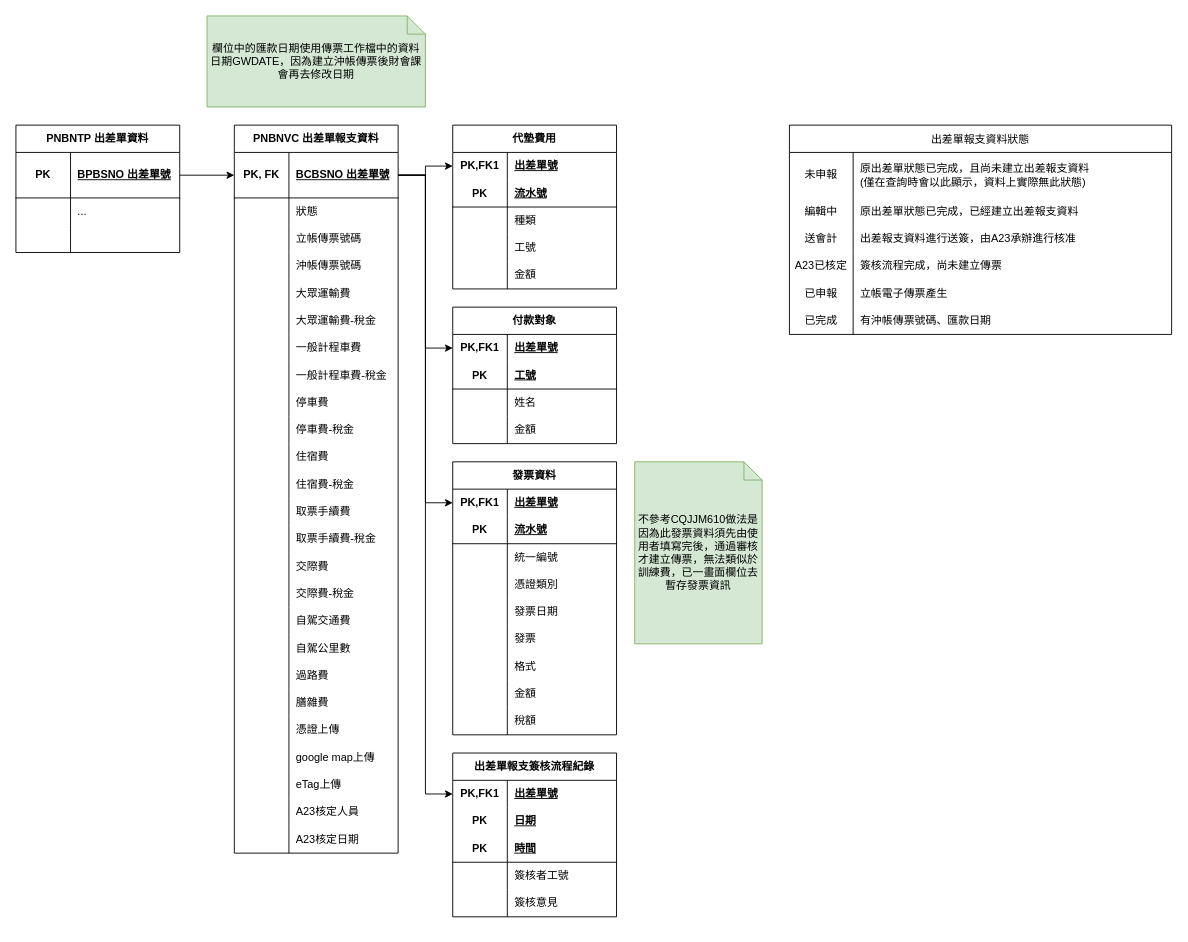
Above: page "table" (1 of 2) of activity/出差單報支.drawio in Pan-A321/FH_Drawing (draw.io), before the change. Source tidied: cells renumbered, new cells numbered last; positions are measured from the earlier drawing's top-left corner, leaving out a move shared by most shapes. Both pictures are drawn from the tidied source at 91%, with x=0, y=0 at pixel (15, 15).
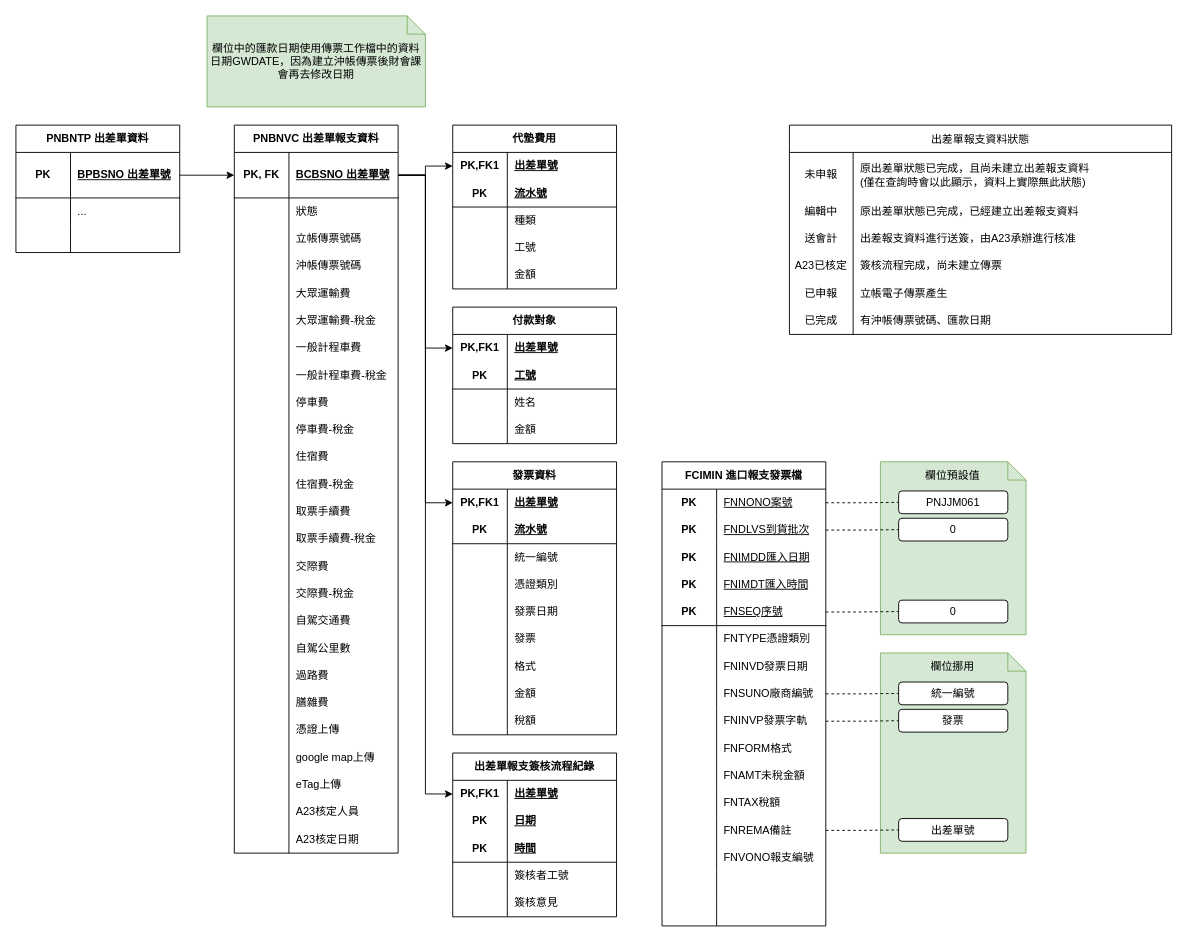
The same page after the edit.

Commit message:
更新出差單報支.drawio

The edit, as a diff of the source:
```diff
@@
+    <mxCell id="187" style="shape=note;size=20;whiteSpace=wrap;html=1;fillColor=#d5e8d4;strokeColor=#82b366;" parent="1" vertex="1">
+      <mxGeometry x="950" y="700" width="160" height="220" as="geometry" />
+    </mxCell>
+    <mxCell id="188" style="shape=note;size=20;whiteSpace=wrap;html=1;fillColor=#d5e8d4;strokeColor=#82b366;" parent="1" vertex="1">
+      <mxGeometry x="950" y="490" width="160" height="190" as="geometry" />
+    </mxCell>
@@
-    <mxCell id="133" value="不參考CQJJM610做法是因為此發票資料須先由使用者填寫完後，通過審核才建立傳票，無法類似於訓練費，已一畫面欄位去暫存發票資訊" style="shape=note;size=20;whiteSpace=wrap;html=1;fillColor=#d5e8d4;strokeColor=#82b366;" parent="1" vertex="1">
-      <mxGeometry x="680" y="490" width="140" height="200" as="geometry" />
-    </mxCell>
@@
+    <mxCell id="189" value="&lt;span style=&quot;text-wrap-mode: nowrap;&quot;&gt;FCIMIN 進口報支發票檔&lt;/span&gt;" style="shape=table;startSize=30;childLayout=tableLayout;rowLines=0;fontStyle=1;align=center;html=1;whiteSpace=wrap;" parent="1" vertex="1">
+      <mxGeometry x="710" y="490" width="180" height="510" as="geometry" />
+    </mxCell>
+    <mxCell id="190" style="shape=tableRow;horizontal=0;startSize=0;swimlaneHead=0;swimlaneBody=0;fillColor=none;points=[[0,0.5],[1,0.5]];portConstraint=eastwest;top=0;left=0;right=0;bottom=0;html=1;" parent="189" vertex="1">
+      <mxGeometry y="30" width="180" height="30" as="geometry" />
+    </mxCell>
+    <mxCell id="191" value="PK" style="shape=partialRectangle;fillColor=none;top=0;left=0;bottom=0;right=0;fontStyle=1;overflow=hidden;html=1;whiteSpace=wrap;" parent="190" vertex="1">
+      <mxGeometry width="60" height="30" as="geometry" />
+    </mxCell>
+    <mxCell id="192" value="&lt;span style=&quot;font-weight: 400; text-align: center; text-wrap-mode: nowrap;&quot;&gt;FNNONO案號&lt;/span&gt;" style="shape=partialRectangle;fillColor=none;top=0;left=0;bottom=0;right=0;align=left;spacingLeft=6;fontStyle=5;overflow=hidden;html=1;whiteSpace=wrap;" parent="190" vertex="1">
+      <mxGeometry x="60" width="120" height="30" as="geometry" />
+    </mxCell>
+    <mxCell id="193" style="shape=tableRow;horizontal=0;startSize=0;swimlaneHead=0;swimlaneBody=0;fillColor=none;points=[[0,0.5],[1,0.5]];portConstraint=eastwest;top=0;left=0;right=0;bottom=0;html=1;" parent="189" vertex="1">
+      <mxGeometry y="60" width="180" height="30" as="geometry" />
+    </mxCell>
+    <mxCell id="194" value="PK" style="shape=partialRectangle;fillColor=none;top=0;left=0;bottom=0;right=0;fontStyle=1;overflow=hidden;html=1;whiteSpace=wrap;" parent="193" vertex="1">
+      <mxGeometry width="60" height="30" as="geometry" />
+    </mxCell>
+    <mxCell id="195" value="&lt;span style=&quot;font-weight: 400; text-align: center; text-wrap-mode: nowrap;&quot;&gt;FNDLVS到貨批次&lt;/span&gt;" style="shape=partialRectangle;fillColor=none;top=0;left=0;bottom=0;right=0;align=left;spacingLeft=6;fontStyle=5;overflow=hidden;html=1;whiteSpace=wrap;" parent="193" vertex="1">
+      <mxGeometry x="60" width="120" height="30" as="geometry" />
+    </mxCell>
+    <mxCell id="196" style="shape=tableRow;horizontal=0;startSize=0;swimlaneHead=0;swimlaneBody=0;fillColor=none;top=0;left=0;right=0;bottom=0;html=1;" parent="189" vertex="1">
+      <mxGeometry y="90" width="180" height="30" as="geometry" />
+    </mxCell>
+    <mxCell id="197" value="PK" style="shape=partialRectangle;fillColor=none;top=0;left=0;bottom=0;right=0;fontStyle=1;overflow=hidden;html=1;whiteSpace=wrap;" parent="196" vertex="1">
+      <mxGeometry width="60" height="30" as="geometry" />
+    </mxCell>
+    <mxCell id="198" value="&lt;span style=&quot;font-weight: 400; text-align: center; text-wrap-mode: nowrap;&quot;&gt;FNIMDD匯入日期&lt;/span&gt;" style="shape=partialRectangle;fillColor=none;top=0;left=0;bottom=0;right=0;align=left;spacingLeft=6;fontStyle=5;overflow=hidden;html=1;whiteSpace=wrap;" parent="196" vertex="1">
+      <mxGeometry x="60" width="120" height="30" as="geometry" />
+    </mxCell>
+    <mxCell id="199" style="shape=tableRow;horizontal=0;startSize=0;swimlaneHead=0;swimlaneBody=0;fillColor=none;top=0;left=0;right=0;bottom=0;html=1;" parent="189" vertex="1">
+      <mxGeometry y="120" width="180" height="30" as="geometry" />
+    </mxCell>
+    <mxCell id="200" value="PK" style="shape=partialRectangle;fillColor=none;top=0;left=0;bottom=0;right=0;fontStyle=1;overflow=hidden;html=1;whiteSpace=wrap;" parent="199" vertex="1">
+      <mxGeometry width="60" height="30" as="geometry" />
+    </mxCell>
+    <mxCell id="201" value="&lt;span style=&quot;font-weight: 400; text-align: center; text-wrap-mode: nowrap;&quot;&gt;FNIMDT匯入時間&lt;/span&gt;" style="shape=partialRectangle;fillColor=none;top=0;left=0;bottom=0;right=0;align=left;spacingLeft=6;fontStyle=5;overflow=hidden;html=1;whiteSpace=wrap;" parent="199" vertex="1">
+      <mxGeometry x="60" width="120" height="30" as="geometry" />
+    </mxCell>
+    <mxCell id="202" style="shape=tableRow;horizontal=0;startSize=0;swimlaneHead=0;swimlaneBody=0;fillColor=none;points=[[0,0.5],[1,0.5]];portConstraint=eastwest;top=0;left=0;right=0;bottom=1;html=1;" parent="189" vertex="1">
+      <mxGeometry y="150" width="180" height="30" as="geometry" />
+    </mxCell>
+    <mxCell id="203" value="PK" style="shape=partialRectangle;fillColor=none;top=0;left=0;bottom=0;right=0;fontStyle=1;overflow=hidden;html=1;whiteSpace=wrap;" parent="202" vertex="1">
+      <mxGeometry width="60" height="30" as="geometry" />
+    </mxCell>
+    <mxCell id="204" value="&lt;span style=&quot;font-weight: 400; text-align: center; text-wrap-mode: nowrap;&quot;&gt;FNSEQ序號&lt;/span&gt;" style="shape=partialRectangle;fillColor=none;top=0;left=0;bottom=0;right=0;align=left;spacingLeft=6;fontStyle=5;overflow=hidden;html=1;whiteSpace=wrap;" parent="202" vertex="1">
+      <mxGeometry x="60" width="120" height="30" as="geometry" />
+    </mxCell>
+    <mxCell id="205" style="shape=tableRow;horizontal=0;startSize=0;swimlaneHead=0;swimlaneBody=0;fillColor=none;top=0;left=0;right=0;bottom=0;html=1;" parent="189" vertex="1">
+      <mxGeometry y="180" width="180" height="30" as="geometry" />
+    </mxCell>
+    <mxCell id="206" style="shape=partialRectangle;fillColor=none;top=0;left=0;bottom=0;right=0;overflow=hidden;html=1;whiteSpace=wrap;" parent="205" vertex="1">
+      <mxGeometry width="60" height="30" as="geometry" />
+    </mxCell>
+    <mxCell id="207" value="FNTYPE憑證類別" style="shape=partialRectangle;fillColor=none;top=0;left=0;bottom=0;right=0;align=left;spacingLeft=6;overflow=hidden;html=1;whiteSpace=wrap;" parent="205" vertex="1">
+      <mxGeometry x="60" width="120" height="30" as="geometry" />
+    </mxCell>
+    <mxCell id="208" style="shape=tableRow;horizontal=0;startSize=0;swimlaneHead=0;swimlaneBody=0;fillColor=none;top=0;left=0;right=0;bottom=0;html=1;" parent="189" vertex="1">
+      <mxGeometry y="210" width="180" height="30" as="geometry" />
+    </mxCell>
+    <mxCell id="209" style="shape=partialRectangle;fillColor=none;top=0;left=0;bottom=0;right=0;overflow=hidden;html=1;whiteSpace=wrap;" parent="208" vertex="1">
+      <mxGeometry width="60" height="30" as="geometry" />
+    </mxCell>
+    <mxCell id="210" value="FNINVD發票日期" style="shape=partialRectangle;fillColor=none;top=0;left=0;bottom=0;right=0;align=left;spacingLeft=6;overflow=hidden;html=1;whiteSpace=wrap;" parent="208" vertex="1">
+      <mxGeometry x="60" width="120" height="30" as="geometry" />
+    </mxCell>
+    <mxCell id="211" style="shape=tableRow;horizontal=0;startSize=0;swimlaneHead=0;swimlaneBody=0;fillColor=none;points=[[0,0.5],[1,0.5]];portConstraint=eastwest;top=0;left=0;right=0;bottom=0;html=1;" parent="189" vertex="1">
+      <mxGeometry y="240" width="180" height="30" as="geometry" />
+    </mxCell>
+    <mxCell id="212" style="shape=partialRectangle;fillColor=none;top=0;left=0;bottom=0;right=0;overflow=hidden;html=1;whiteSpace=wrap;" parent="211" vertex="1">
+      <mxGeometry width="60" height="30" as="geometry" />
+    </mxCell>
+    <mxCell id="213" value="FNSUNO廠商編號" style="shape=partialRectangle;fillColor=none;top=0;left=0;bottom=0;right=0;align=left;spacingLeft=6;overflow=hidden;html=1;whiteSpace=wrap;" parent="211" vertex="1">
+      <mxGeometry x="60" width="120" height="30" as="geometry" />
+    </mxCell>
+    <mxCell id="214" style="shape=tableRow;horizontal=0;startSize=0;swimlaneHead=0;swimlaneBody=0;fillColor=none;points=[[0,0.5],[1,0.5]];portConstraint=eastwest;top=0;left=0;right=0;bottom=0;html=1;" parent="189" vertex="1">
+      <mxGeometry y="270" width="180" height="30" as="geometry" />
+    </mxCell>
+    <mxCell id="215" style="shape=partialRectangle;fillColor=none;top=0;left=0;bottom=0;right=0;overflow=hidden;html=1;whiteSpace=wrap;" parent="214" vertex="1">
+      <mxGeometry width="60" height="30" as="geometry" />
+    </mxCell>
+    <mxCell id="216" value="FNINVP發票字軌" style="shape=partialRectangle;fillColor=none;top=0;left=0;bottom=0;right=0;align=left;spacingLeft=6;overflow=hidden;html=1;whiteSpace=wrap;" parent="214" vertex="1">
+      <mxGeometry x="60" width="120" height="30" as="geometry" />
+    </mxCell>
+    <mxCell id="217" style="shape=tableRow;horizontal=0;startSize=0;swimlaneHead=0;swimlaneBody=0;fillColor=none;top=0;left=0;right=0;bottom=0;html=1;" parent="189" vertex="1">
+      <mxGeometry y="300" width="180" height="30" as="geometry" />
+    </mxCell>
+    <mxCell id="218" style="shape=partialRectangle;fillColor=none;top=0;left=0;bottom=0;right=0;overflow=hidden;html=1;whiteSpace=wrap;" parent="217" vertex="1">
+      <mxGeometry width="60" height="30" as="geometry" />
+    </mxCell>
+    <mxCell id="219" value="FNFORM格式" style="shape=partialRectangle;fillColor=none;top=0;left=0;bottom=0;right=0;align=left;spacingLeft=6;overflow=hidden;html=1;whiteSpace=wrap;" parent="217" vertex="1">
+      <mxGeometry x="60" width="120" height="30" as="geometry" />
+    </mxCell>
+    <mxCell id="220" style="shape=tableRow;horizontal=0;startSize=0;swimlaneHead=0;swimlaneBody=0;fillColor=none;top=0;left=0;right=0;bottom=0;html=1;" parent="189" vertex="1">
+      <mxGeometry y="330" width="180" height="30" as="geometry" />
+    </mxCell>
+    <mxCell id="221" style="shape=partialRectangle;fillColor=none;top=0;left=0;bottom=0;right=0;overflow=hidden;html=1;whiteSpace=wrap;" parent="220" vertex="1">
+      <mxGeometry width="60" height="30" as="geometry" />
+    </mxCell>
+    <mxCell id="222" value="FNAMT未稅金額" style="shape=partialRectangle;fillColor=none;top=0;left=0;bottom=0;right=0;align=left;spacingLeft=6;overflow=hidden;html=1;whiteSpace=wrap;" parent="220" vertex="1">
+      <mxGeometry x="60" width="120" height="30" as="geometry" />
+    </mxCell>
+    <mxCell id="223" style="shape=tableRow;horizontal=0;startSize=0;swimlaneHead=0;swimlaneBody=0;fillColor=none;top=0;left=0;right=0;bottom=0;html=1;" parent="189" vertex="1">
+      <mxGeometry y="360" width="180" height="30" as="geometry" />
+    </mxCell>
+    <mxCell id="224" style="shape=partialRectangle;fillColor=none;top=0;left=0;bottom=0;right=0;overflow=hidden;html=1;whiteSpace=wrap;" parent="223" vertex="1">
+      <mxGeometry width="60" height="30" as="geometry" />
+    </mxCell>
+    <mxCell id="225" value="FNTAX稅額" style="shape=partialRectangle;fillColor=none;top=0;left=0;bottom=0;right=0;align=left;spacingLeft=6;overflow=hidden;html=1;whiteSpace=wrap;" parent="223" vertex="1">
+      <mxGeometry x="60" width="120" height="30" as="geometry" />
+    </mxCell>
+    <mxCell id="226" style="shape=tableRow;horizontal=0;startSize=0;swimlaneHead=0;swimlaneBody=0;fillColor=none;points=[[0,0.5],[1,0.5]];portConstraint=eastwest;top=0;left=0;right=0;bottom=0;html=1;" parent="189" vertex="1">
+      <mxGeometry y="390" width="180" height="30" as="geometry" />
+    </mxCell>
+    <mxCell id="227" style="shape=partialRectangle;fillColor=none;top=0;left=0;bottom=0;right=0;overflow=hidden;html=1;whiteSpace=wrap;" parent="226" vertex="1">
+      <mxGeometry width="60" height="30" as="geometry" />
+    </mxCell>
+    <mxCell id="228" value="FNREMA備註" style="shape=partialRectangle;fillColor=none;top=0;left=0;bottom=0;right=0;align=left;spacingLeft=6;overflow=hidden;html=1;whiteSpace=wrap;" parent="226" vertex="1">
+      <mxGeometry x="60" width="120" height="30" as="geometry" />
+    </mxCell>
+    <mxCell id="229" style="shape=tableRow;horizontal=0;startSize=0;swimlaneHead=0;swimlaneBody=0;fillColor=none;top=0;left=0;right=0;bottom=0;html=1;" parent="189" vertex="1">
+      <mxGeometry y="420" width="180" height="30" as="geometry" />
+    </mxCell>
+    <mxCell id="230" style="shape=partialRectangle;fillColor=none;top=0;left=0;bottom=0;right=0;overflow=hidden;html=1;whiteSpace=wrap;" parent="229" vertex="1">
+      <mxGeometry width="60" height="30" as="geometry" />
+    </mxCell>
+    <mxCell id="231" value="FNVONO報支編號" style="shape=partialRectangle;fillColor=none;top=0;left=0;bottom=0;right=0;align=left;spacingLeft=6;overflow=hidden;html=1;whiteSpace=wrap;" parent="229" vertex="1">
+      <mxGeometry x="60" width="120" height="30" as="geometry" />
+    </mxCell>
+    <mxCell id="232" style="shape=tableRow;horizontal=0;startSize=0;swimlaneHead=0;swimlaneBody=0;fillColor=none;top=0;left=0;right=0;bottom=0;html=1;" parent="189" vertex="1">
+      <mxGeometry y="450" width="180" height="30" as="geometry" />
+    </mxCell>
+    <mxCell id="233" style="shape=partialRectangle;fillColor=none;top=0;left=0;bottom=0;right=0;overflow=hidden;html=1;whiteSpace=wrap;" parent="232" vertex="1">
+      <mxGeometry width="60" height="30" as="geometry" />
+    </mxCell>
+    <mxCell id="234" style="shape=partialRectangle;fillColor=none;top=0;left=0;bottom=0;right=0;align=left;spacingLeft=6;overflow=hidden;html=1;whiteSpace=wrap;" parent="232" vertex="1">
+      <mxGeometry x="60" width="120" height="30" as="geometry" />
+    </mxCell>
+    <mxCell id="235" style="shape=tableRow;horizontal=0;startSize=0;swimlaneHead=0;swimlaneBody=0;fillColor=none;top=0;left=0;right=0;bottom=0;html=1;" parent="189" vertex="1">
+      <mxGeometry y="480" width="180" height="30" as="geometry" />
+    </mxCell>
+    <mxCell id="236" style="shape=partialRectangle;fillColor=none;top=0;left=0;bottom=0;right=0;overflow=hidden;html=1;whiteSpace=wrap;" parent="235" vertex="1">
+      <mxGeometry width="60" height="30" as="geometry" />
+    </mxCell>
+    <mxCell id="237" style="shape=partialRectangle;fillColor=none;top=0;left=0;bottom=0;right=0;align=left;spacingLeft=6;overflow=hidden;html=1;whiteSpace=wrap;" parent="235" vertex="1">
+      <mxGeometry x="60" width="120" height="30" as="geometry" />
+    </mxCell>
+    <mxCell id="238" style="edgeStyle=orthogonalEdgeStyle;rounded=0;jettySize=auto;html=1;entryX=0;entryY=0.5;entryDx=0;entryDy=0;endArrow=none;endFill=0;dashed=1;" parent="1" edge="1" source="190" target="239">
+      <mxGeometry relative="1" as="geometry" />
+    </mxCell>
+    <mxCell id="239" value="PNJJM061" style="rounded=1;whiteSpace=wrap;html=1;fontSize=12;glass=0;strokeWidth=1;shadow=0;" parent="1" vertex="1">
+      <mxGeometry x="970" y="522" width="120" height="25" as="geometry" />
+    </mxCell>
+    <mxCell id="240" value="0" style="rounded=1;whiteSpace=wrap;html=1;fontSize=12;glass=0;strokeWidth=1;shadow=0;" parent="1" vertex="1">
+      <mxGeometry x="970" y="552" width="120" height="25" as="geometry" />
+    </mxCell>
+    <mxCell id="241" style="edgeStyle=orthogonalEdgeStyle;rounded=0;jettySize=auto;html=1;entryX=0;entryY=0.5;entryDx=0;entryDy=0;endArrow=none;endFill=0;dashed=1;" parent="1" edge="1" source="193" target="240">
+      <mxGeometry relative="1" as="geometry" />
+    </mxCell>
+    <mxCell id="242" value="0" style="rounded=1;whiteSpace=wrap;html=1;fontSize=12;glass=0;strokeWidth=1;shadow=0;" parent="1" vertex="1">
+      <mxGeometry x="970" y="642" width="120" height="25" as="geometry" />
+    </mxCell>
+    <mxCell id="243" style="edgeStyle=orthogonalEdgeStyle;rounded=0;jettySize=auto;html=1;entryX=0;entryY=0.5;entryDx=0;entryDy=0;endArrow=none;endFill=0;dashed=1;" parent="1" edge="1" source="202" target="242">
+      <mxGeometry relative="1" as="geometry" />
+    </mxCell>
+    <mxCell id="244" value="欄位預設值" style="text;html=1;align=center;verticalAlign=middle;strokeColor=none;fillColor=none;" parent="1" vertex="1">
+      <mxGeometry x="989" y="490" width="80" height="30" as="geometry" />
+    </mxCell>
+    <mxCell id="245" value="出差單號" style="rounded=1;whiteSpace=wrap;html=1;fontSize=12;glass=0;strokeWidth=1;shadow=0;" parent="1" vertex="1">
+      <mxGeometry x="970" y="882" width="120" height="25" as="geometry" />
+    </mxCell>
+    <mxCell id="246" style="edgeStyle=orthogonalEdgeStyle;rounded=0;jettySize=auto;html=1;entryX=0;entryY=0.5;entryDx=0;entryDy=0;dashed=1;endArrow=none;endFill=0;" parent="1" edge="1" source="226" target="245">
+      <mxGeometry relative="1" as="geometry" />
+    </mxCell>
+    <mxCell id="247" value="發票" style="rounded=1;whiteSpace=wrap;html=1;fontSize=12;glass=0;strokeWidth=1;shadow=0;" parent="1" vertex="1">
+      <mxGeometry x="970" y="762" width="120" height="25" as="geometry" />
+    </mxCell>
+    <mxCell id="248" style="edgeStyle=orthogonalEdgeStyle;rounded=0;jettySize=auto;html=1;entryX=0;entryY=0.5;entryDx=0;entryDy=0;dashed=1;endArrow=none;endFill=0;" parent="1" edge="1" source="214" target="247">
+      <mxGeometry relative="1" as="geometry" />
+    </mxCell>
+    <mxCell id="249" value="&lt;span style=&quot;color: rgb(0, 0, 0); font-family: Helvetica; font-size: 12px; font-style: normal; font-variant-ligatures: normal; font-variant-caps: normal; font-weight: 400; letter-spacing: normal; orphans: 2; text-align: left; text-indent: 0px; text-transform: none; widows: 2; word-spacing: 0px; -webkit-text-stroke-width: 0px; white-space: normal; background-color: rgb(251, 251, 251); text-decoration-thickness: initial; text-decoration-style: initial; text-decoration-color: initial; display: inline !important; float: none;&quot;&gt;統一編號&lt;/span&gt;" style="rounded=1;whiteSpace=wrap;html=1;fontSize=12;glass=0;strokeWidth=1;shadow=0;" parent="1" vertex="1">
+      <mxGeometry x="970" y="732" width="120" height="25" as="geometry" />
+    </mxCell>
+    <mxCell id="250" style="edgeStyle=orthogonalEdgeStyle;rounded=0;jettySize=auto;html=1;entryX=0;entryY=0.5;entryDx=0;entryDy=0;dashed=1;endArrow=none;endFill=0;" parent="1" edge="1" source="211" target="249">
+      <mxGeometry relative="1" as="geometry" />
+    </mxCell>
+    <mxCell id="251" value="欄位挪用" style="text;html=1;align=center;verticalAlign=middle;strokeColor=none;fillColor=none;" parent="1" vertex="1">
+      <mxGeometry x="994" y="700" width="70" height="30" as="geometry" />
+    </mxCell>
```
